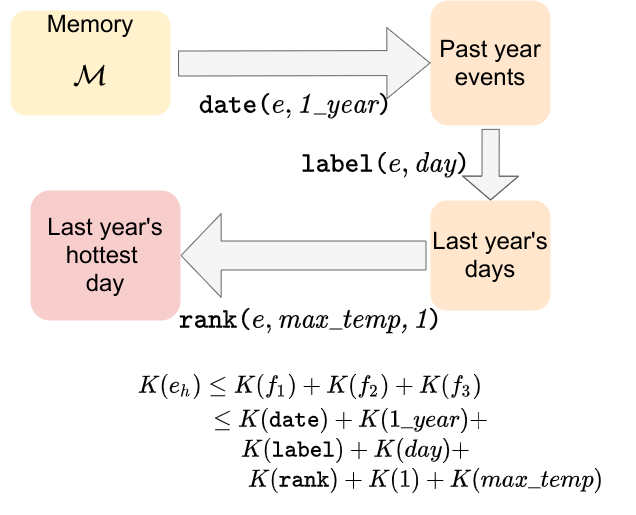
The draw.io diagram figures/filters.png in EtienneHouze/abduction_paper, before a commit. Source tidied: cells renumbered, new cells last; positions are measured from the earlier drawing's top-left corner, leaving out a move shared by most shapes.
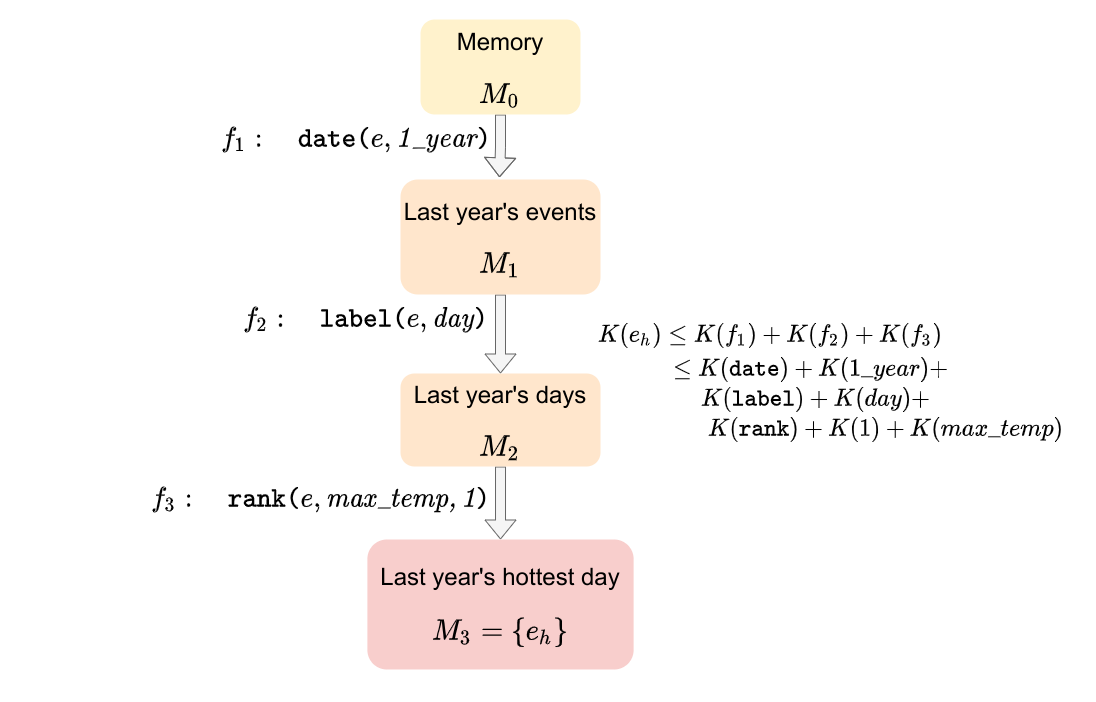
Later version of the same file.

The edit, as a diff of the source:
```diff
@@ -2,51 +2,50 @@
   <root>
     <mxCell id="0" />
     <mxCell id="1" parent="0" />
+    <mxCell id="8" style="edgeStyle=orthogonalEdgeStyle;rounded=0;jettySize=auto;html=1;entryX=0.495;entryY=-0.019;entryDx=0;entryDy=0;entryPerimeter=0;shape=flexArrow;fillColor=#f5f5f5;strokeColor=#666666;" parent="1" edge="1" source="2" target="6">
+      <mxGeometry relative="1" as="geometry" />
+    </mxCell>
-    <mxCell id="2" value="&lt;font style=&quot;font-size: 24px&quot;&gt;Memory &lt;i&gt;$$\mathcal{M}$$&lt;/i&gt;&lt;/font&gt;" style="rounded=1;whiteSpace=wrap;html=1;fillColor=#fff2cc;strokeColor=none;" parent="1" vertex="1">
-      <mxGeometry y="10" width="160" height="105" as="geometry" />
+    <mxCell id="2" value="&lt;font style=&quot;font-size: 24px&quot;&gt;&lt;br&gt;Memory &lt;i&gt;$$M_0$$&lt;/i&gt;&lt;/font&gt;" style="rounded=1;whiteSpace=wrap;html=1;fillColor=#fff2cc;strokeColor=none;" parent="1" vertex="1">
+      <mxGeometry x="400" y="-130" width="160" height="95" as="geometry" />
     </mxCell>
-    <mxCell id="3" style="edgeStyle=orthogonalEdgeStyle;shape=flexArrow;rounded=0;jettySize=auto;html=1;endWidth=53.793103448275865;endSize=13.048275862068968;width=28.96551724137931;entryX=1;entryY=0.5;entryDx=0;entryDy=0;fillColor=#f5f5f5;strokeColor=#666666;" parent="1" edge="1" target="11">
-      <mxGeometry relative="1" as="geometry">
-        <mxPoint x="416" y="255" as="sourcePoint" />
-      </mxGeometry>
-    </mxCell>
+    <mxCell id="16" style="edgeStyle=orthogonalEdgeStyle;shape=flexArrow;rounded=0;jettySize=auto;html=1;entryX=0.5;entryY=0;entryDx=0;entryDy=0;fillColor=#f5f5f5;strokeColor=#666666;" parent="1" edge="1" source="4" target="11">
+      <mxGeometry relative="1" as="geometry" />
+    </mxCell>
-    <mxCell id="4" value="&lt;font style=&quot;font-size: 24px&quot;&gt;Last year's days&lt;/font&gt;" style="rounded=1;whiteSpace=wrap;html=1;fillColor=#ffe6cc;strokeColor=none;" parent="1" vertex="1">
-      <mxGeometry x="420" y="200" width="120" height="110" as="geometry" />
+    <mxCell id="4" value="&lt;font style=&quot;font-size: 24px&quot;&gt;&lt;br&gt;&lt;br&gt;Last year's days&lt;br&gt;$$M_2$$&lt;br&gt;&lt;/font&gt;" style="rounded=1;whiteSpace=wrap;html=1;fillColor=#ffe6cc;strokeColor=none;" parent="1" vertex="1">
+      <mxGeometry x="380" y="224" width="200" height="93" as="geometry" />
     </mxCell>
-    <mxCell id="5" style="edgeStyle=orthogonalEdgeStyle;rounded=0;jettySize=auto;html=1;shape=flexArrow;endWidth=37.61904761904762;endSize=7.604761904761904;width=17.142857142857142;exitX=0.501;exitY=1.027;exitDx=0;exitDy=0;exitPerimeter=0;fillColor=#f5f5f5;strokeColor=#666666;" parent="1" edge="1" source="6">
-      <mxGeometry relative="1" as="geometry">
-        <mxPoint x="480" y="200" as="targetPoint" />
-      </mxGeometry>
-    </mxCell>
+    <mxCell id="17" style="edgeStyle=orthogonalEdgeStyle;shape=flexArrow;rounded=0;jettySize=auto;html=1;entryX=0.5;entryY=0;entryDx=0;entryDy=0;fillColor=#f5f5f5;strokeColor=#666666;" parent="1" edge="1" source="6" target="4">
+      <mxGeometry relative="1" as="geometry" />
+    </mxCell>
-    <mxCell id="6" value="&lt;span style=&quot;font-size: 24px&quot;&gt;Past year&lt;br&gt;events&lt;br&gt;&lt;/span&gt;" style="rounded=1;whiteSpace=wrap;html=1;fillColor=#ffe6cc;strokeColor=none;" parent="1" vertex="1">
-      <mxGeometry x="420" width="120" height="125" as="geometry" />
+    <mxCell id="6" value="&lt;span style=&quot;font-size: 24px&quot;&gt;&lt;br&gt;&lt;br&gt;Last year's events&lt;br&gt;&lt;/span&gt;&lt;span style=&quot;font-size: 24px&quot;&gt;$$M_1$$&lt;/span&gt;&lt;span style=&quot;font-size: 24px&quot;&gt;&lt;br&gt;&lt;/span&gt;" style="rounded=1;whiteSpace=wrap;html=1;fillColor=#ffe6cc;strokeColor=none;" parent="1" vertex="1">
+      <mxGeometry x="380" y="30" width="200" height="115" as="geometry" />
     </mxCell>
-    <mxCell id="7" value="&lt;font style=&quot;font-size: 20px&quot;&gt;$$K(e_h) \leq K(f_1) + K(f_2) + K(f_3)$$&lt;br&gt;&amp;nbsp;&lt;/font&gt;" style="text;html=1;strokeColor=none;fillColor=none;align=center;verticalAlign=middle;whiteSpace=wrap;rounded=0;labelBackgroundColor=none;" parent="1" vertex="1">
-      <mxGeometry x="70" y="400" width="460" height="20" as="geometry" />
-    </mxCell>
-    <mxCell id="8" style="shape=flexArrow;endArrow=classic;html=1;exitX=1.047;exitY=0.505;exitDx=0;exitDy=0;exitPerimeter=0;entryX=0;entryY=0.5;entryDx=0;entryDy=0;endWidth=45;endSize=14.04;width=25;fillColor=#f5f5f5;strokeColor=#666666;" parent="1" edge="1" source="2" target="6">
-      <mxGeometry relative="1" as="geometry" />
-    </mxCell>
-    <mxCell id="9" value="&lt;span style=&quot;font-size: 23px&quot;&gt;$$\mathtt{label(}e, \mathit{day}\mathtt{)}$$&lt;/span&gt;" style="text;html=1;align=center;verticalAlign=middle;" parent="1" vertex="1">
-      <mxGeometry x="150" y="153.8" width="450" height="20" as="geometry" />
+    <mxCell id="9" value="&lt;span style=&quot;font-size: 23px&quot;&gt;$$f_2: \quad\mathtt{label(}e, \mathit{day}\mathtt{)}$$&lt;/span&gt;" style="text;html=1;align=center;verticalAlign=middle;" parent="1" vertex="1">
+      <mxGeometry x="70" y="160" width="550" height="20" as="geometry" />
     </mxCell>
-    <mxCell id="10" value="&lt;span style=&quot;font-size: 23px&quot;&gt;$$\mathtt{date(}e, \mathit{1\_year}\mathtt{)}$$&lt;/span&gt;" style="text;html=1;align=center;verticalAlign=middle;strokeColor=none;" parent="1" vertex="1">
-      <mxGeometry x="40" y="95" width="490" height="20" as="geometry" />
+    <mxCell id="10" value="&lt;span style=&quot;font-size: 23px&quot;&gt;$$f_1: \quad \mathtt{date(}e, \mathit{1\_year}\mathtt{)}$$&lt;/span&gt;" style="text;html=1;align=center;verticalAlign=middle;strokeColor=none;" parent="1" vertex="1">
+      <mxGeometry x="40" y="-20" width="590" height="20" as="geometry" />
     </mxCell>
-    <mxCell id="11" value="&lt;font style=&quot;font-size: 24px&quot;&gt;Last year's&lt;br&gt;hottest&amp;nbsp;&lt;br&gt;day&lt;br&gt;&lt;/font&gt;" style="rounded=1;whiteSpace=wrap;html=1;fillColor=#f8cecc;strokeColor=none;" parent="1" vertex="1">
-      <mxGeometry x="20" y="190" width="150" height="130" as="geometry" />
+    <mxCell id="11" value="&lt;font style=&quot;font-size: 24px&quot;&gt;&lt;br&gt;&lt;br&gt;Last year's hottest day&lt;br&gt;$$M_3 = \{e_h\}$$&lt;br&gt;&lt;/font&gt;" style="rounded=1;whiteSpace=wrap;html=1;fillColor=#f8cecc;strokeColor=none;" parent="1" vertex="1">
+      <mxGeometry x="346.9" y="390" width="266.2" height="130" as="geometry" />
     </mxCell>
-    <mxCell id="12" value="&lt;span style=&quot;font-size: 23px&quot;&gt;$$\mathtt{rank(}e, \mathit{max\_temp,1}\mathtt{)}$$&lt;/span&gt;" style="text;html=1;align=center;verticalAlign=middle;strokeColor=none;" parent="1" vertex="1">
-      <mxGeometry x="30" y="310" width="540" height="20" as="geometry" />
+    <mxCell id="12" value="&lt;span style=&quot;font-size: 23px&quot;&gt;$$f_3: \quad\mathtt{rank(}e, \mathit{max\_temp,1}\mathtt{)}$$&lt;/span&gt;" style="text;html=1;align=center;verticalAlign=middle;strokeColor=none;" parent="1" vertex="1">
+      <mxGeometry x="-20" y="340" width="640" height="20" as="geometry" />
     </mxCell>
+    <mxCell id="18" style="group;" parent="1" vertex="1">
+      <mxGeometry x="520" y="200" width="555" height="90" as="geometry" />
+    </mxCell>
+    <mxCell id="7" value="&lt;font style=&quot;font-size: 20px&quot;&gt;$$K(e_h) \leq K(f_1) + K(f_2) + K(f_3)$$&lt;br&gt;&amp;nbsp;&lt;/font&gt;" style="text;html=1;strokeColor=none;fillColor=none;align=center;verticalAlign=middle;whiteSpace=wrap;rounded=0;labelBackgroundColor=none;" parent="18" vertex="1">
+      <mxGeometry width="460" height="20" as="geometry" />
+    </mxCell>
-    <mxCell id="13" value="&lt;span style=&quot;font-size: 20px&quot;&gt;$$ \leq K(\mathtt{date}) + K(1\_year) + $$&lt;/span&gt;" style="text;html=1;align=center;verticalAlign=middle;strokeColor=none;" parent="1" vertex="1">
-      <mxGeometry x="150" y="410" width="380" height="20" as="geometry" />
+    <mxCell id="13" value="&lt;span style=&quot;font-size: 20px&quot;&gt;$$ \leq K(\mathtt{date}) + K(1\_year) + $$&lt;/span&gt;" style="text;html=1;align=center;verticalAlign=middle;strokeColor=none;" parent="18" vertex="1">
+      <mxGeometry x="80" y="10" width="380" height="20" as="geometry" />
     </mxCell>
-    <mxCell id="14" value="&lt;span style=&quot;font-size: 20px&quot;&gt;$$ K(\mathtt{label}) + K(day) +$$&lt;/span&gt;" style="text;html=1;align=center;verticalAlign=middle;strokeColor=none;" parent="1" vertex="1">
-      <mxGeometry x="190" y="440" width="310" height="20" as="geometry" />
+    <mxCell id="14" value="&lt;span style=&quot;font-size: 20px&quot;&gt;$$ K(\mathtt{label}) + K(day) +$$&lt;/span&gt;" style="text;html=1;align=center;verticalAlign=middle;strokeColor=none;" parent="18" vertex="1">
+      <mxGeometry x="120" y="40" width="310" height="20" as="geometry" />
     </mxCell>
-    <mxCell id="15" value="&lt;span style=&quot;font-size: 20px&quot;&gt;$$ K(\mathtt{rank}) + K(1) + K(max\_temp) $$&lt;/span&gt;" style="text;html=1;align=center;verticalAlign=middle;strokeColor=none;" parent="1" vertex="1">
-      <mxGeometry x="205" y="470" width="420" height="20" as="geometry" />
+    <mxCell id="15" value="&lt;span style=&quot;font-size: 20px&quot;&gt;$$ K(\mathtt{rank}) + K(1) + K(max\_temp) $$&lt;/span&gt;" style="text;html=1;align=center;verticalAlign=middle;strokeColor=none;" parent="18" vertex="1">
+      <mxGeometry x="135" y="70" width="420" height="20" as="geometry" />
     </mxCell>
   </root>
 </mxGraphModel>
```
